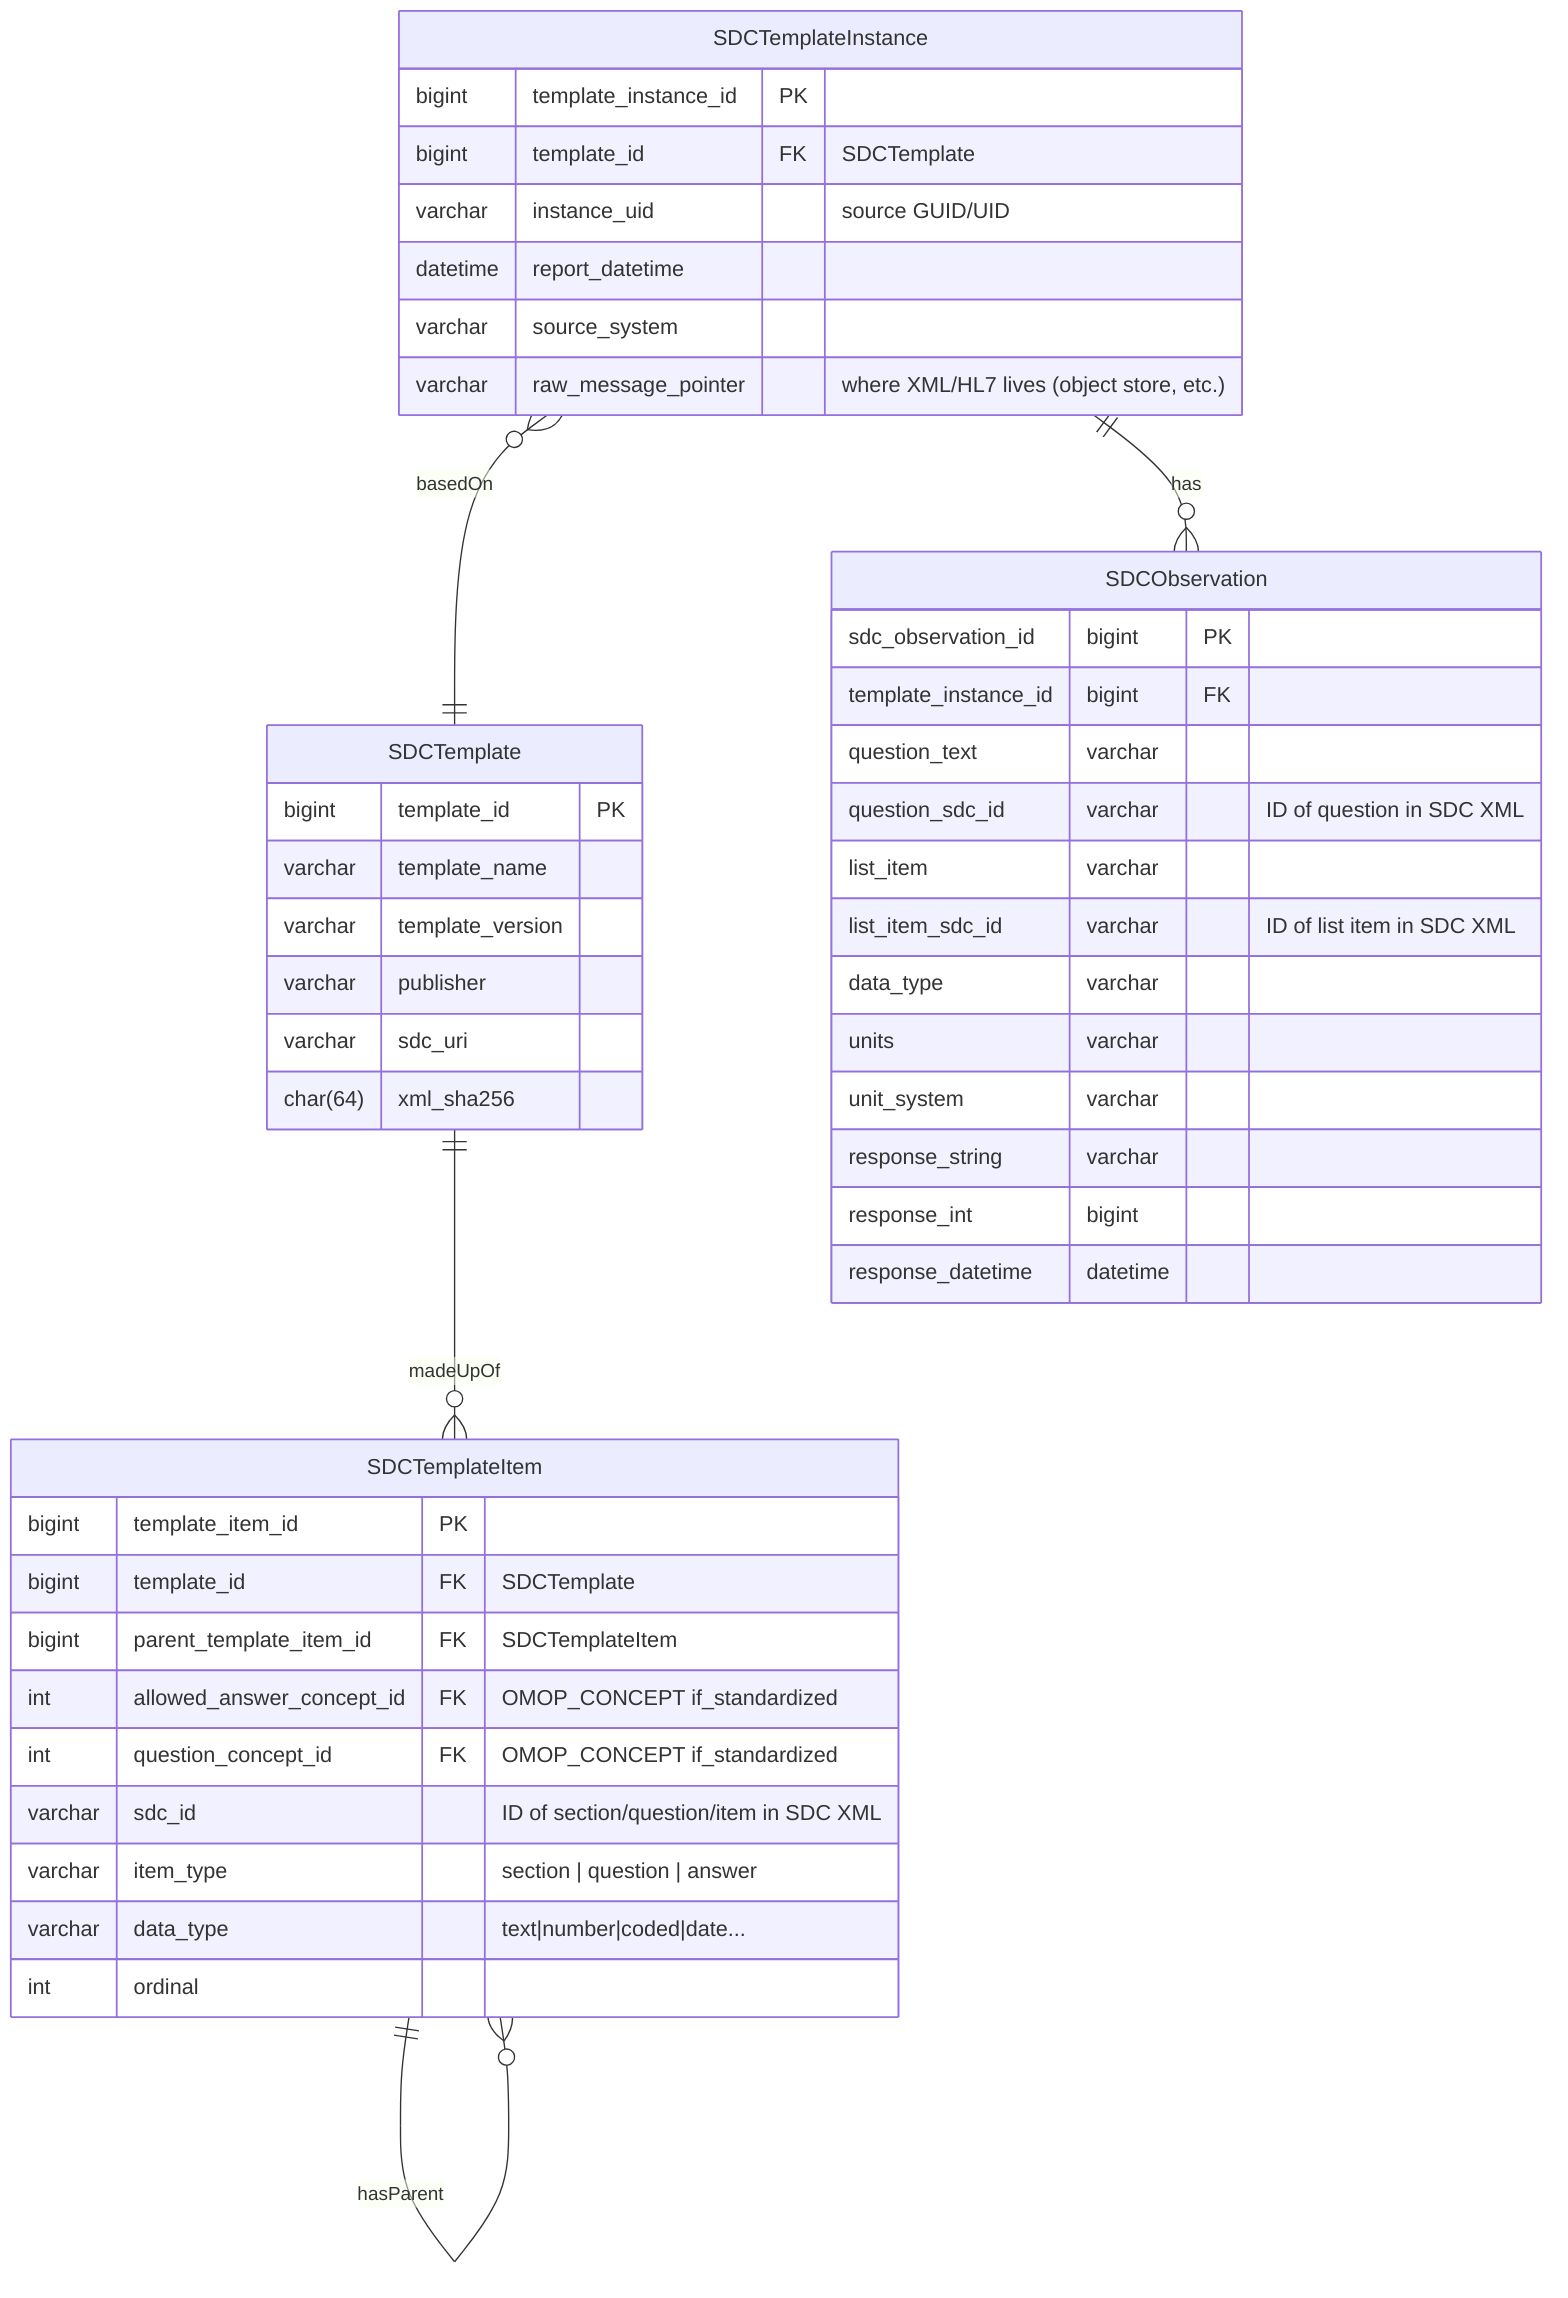
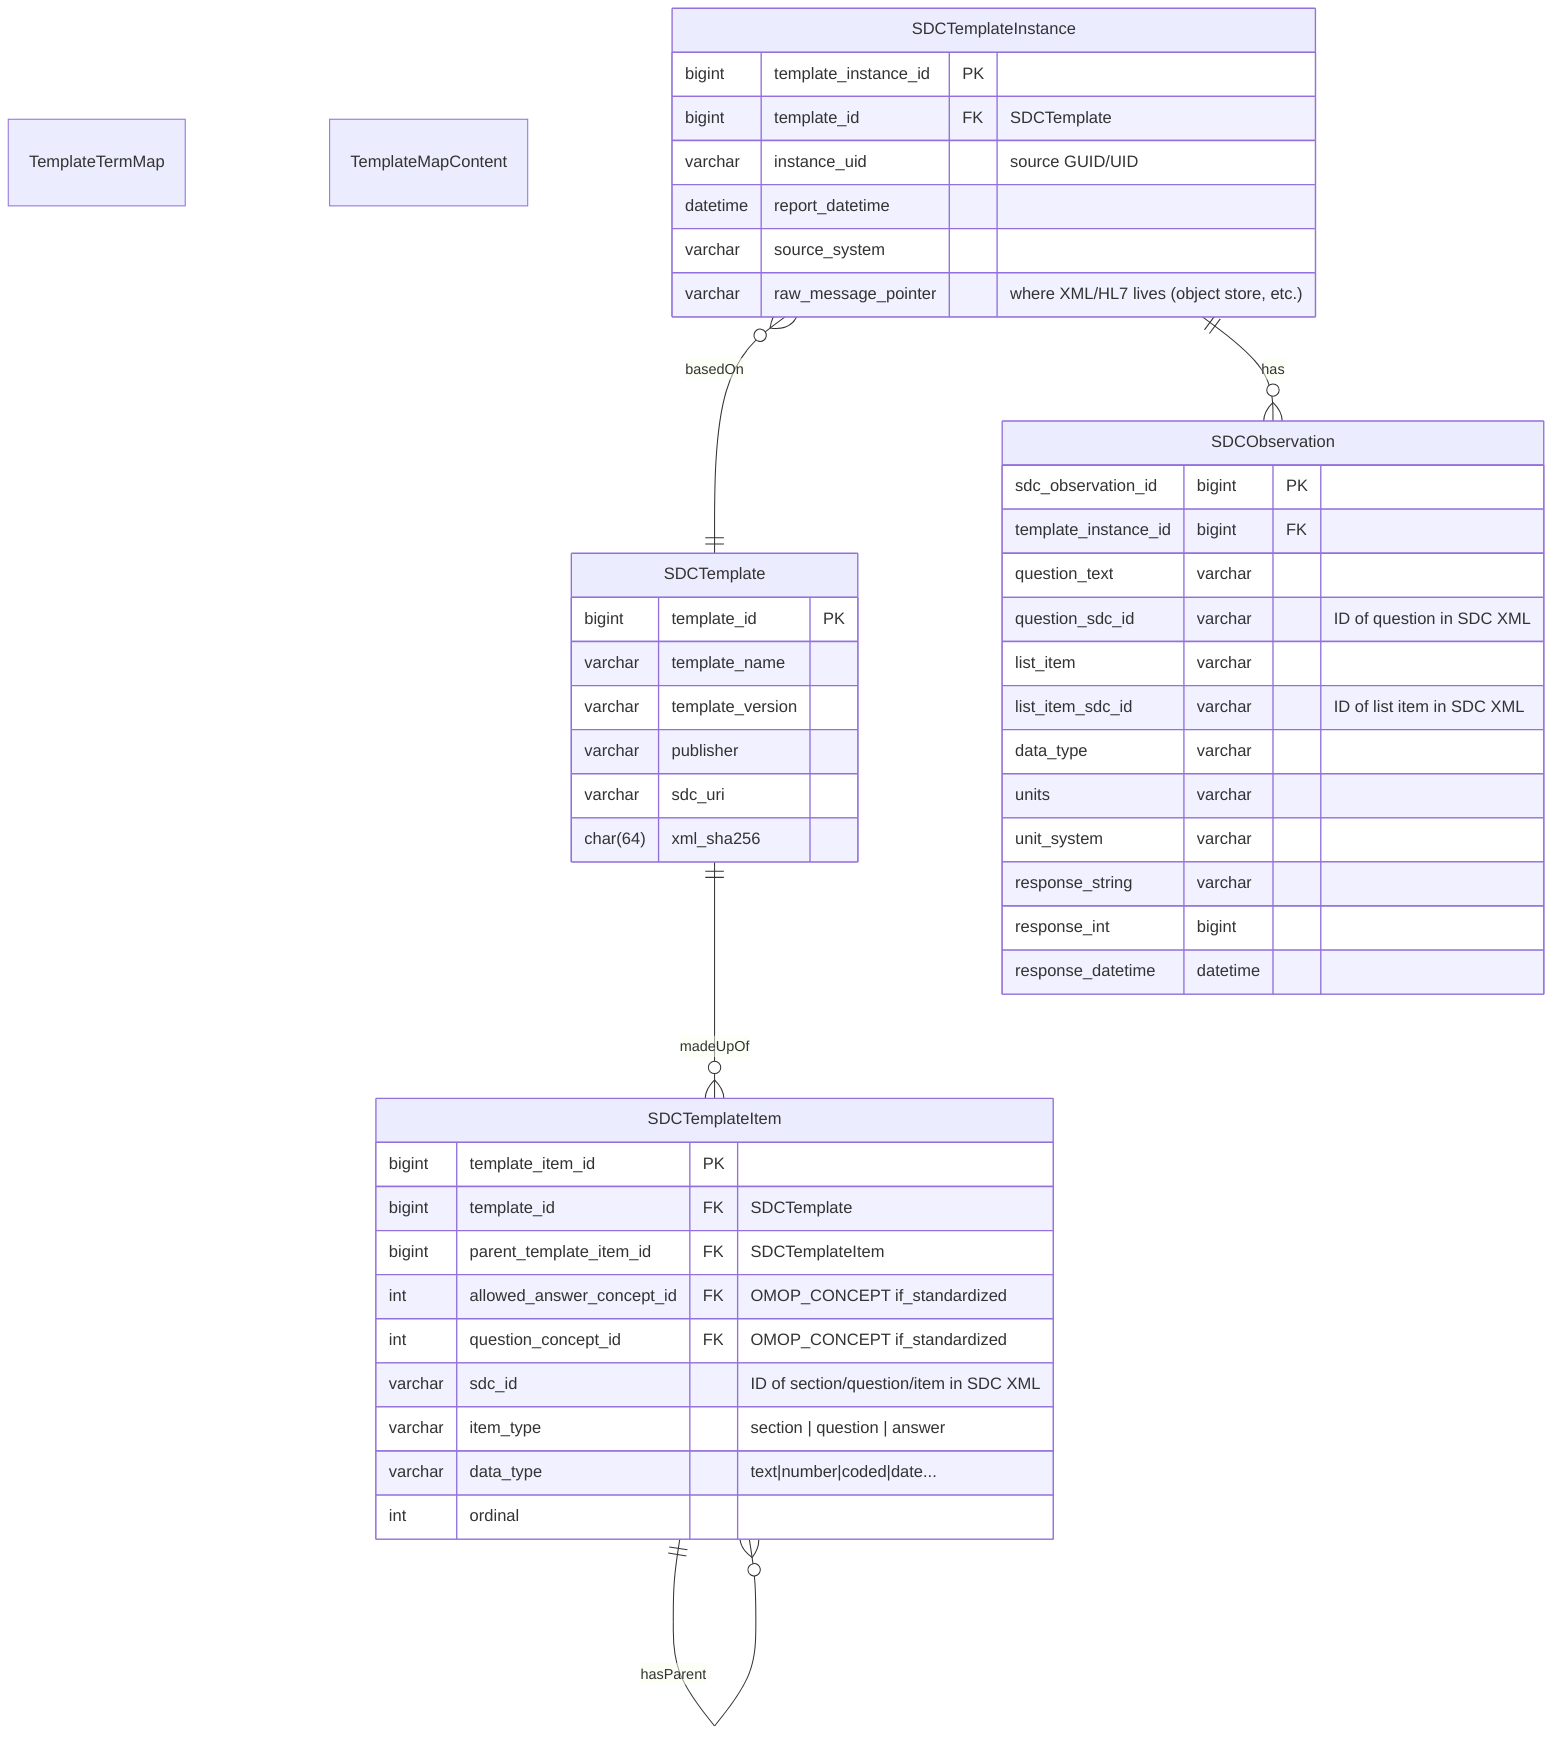
erDiagram
+ 
+ TemplateTermMap
+ TemplateMapContent

SDCTemplate:::SDC {
      bigint template_id  PK
      varchar template_name
      varchar template_version
      varchar publisher
      varchar sdc_uri
      char(64) xml_sha256
    }
SDCTemplateItem:::SDC {
      bigint template_item_id  PK
      bigint template_id  FK "SDCTemplate"
      bigint parent_template_item_id FK "SDCTemplateItem"
      int allowed_answer_concept_id  FK "OMOP_CONCEPT if_standardized"
      int question_concept_id  FK "OMOP_CONCEPT if_standardized"
      varchar sdc_id  "ID of section/question/item in SDC XML"
      varchar item_type  "section | question | answer"
      varchar data_type  "text|number|coded|date..."
      int ordinal
  }
SDCTemplateInstance:::SDC {
      bigint template_instance_id  PK
      bigint template_id  FK "SDCTemplate"
      varchar instance_uid  "source GUID/UID"
      datetime report_datetime
      varchar source_system
      varchar raw_message_pointer  "where XML/HL7 lives (object store, etc.)"
  }
SDCObservation:::SDC {
    sdc_observation_id bigint PK
    template_instance_id bigint FK
    question_text varchar
    question_sdc_id varchar "ID of question in SDC XML"
    list_item varchar
    list_item_sdc_id varchar "ID of list item in SDC XML"
    data_type varchar
    units varchar
    unit_system varchar
    response_string varchar
    response_int bigint
    response_datetime datetime
  }

SDCTemplate ||--o{ SDCTemplateItem : madeUpOf
SDCTemplateInstance }o--|| SDCTemplate : basedOn
SDCTemplateItem ||--o{ SDCTemplateItem : hasParent
SDCTemplateInstance ||--o{ SDCObservation : has